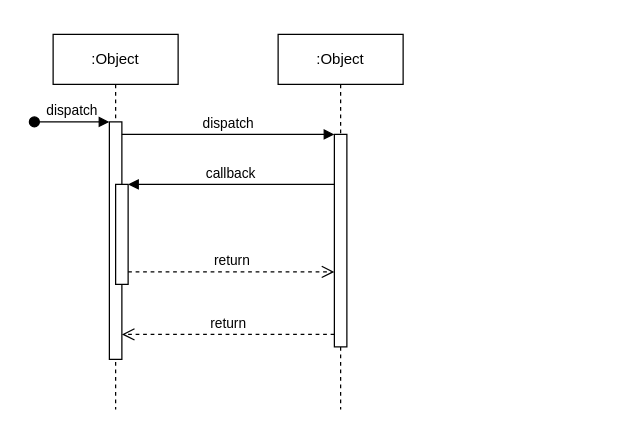
Mohammed-BJ/ProjetBackendDev keeps this draw.io diagram as diagramioFait/sequence_diagramConsultation.drawio. Above is the earlier version. Source tidied: cells renumbered, new cells numbered last; positions are measured from the earlier drawing's top-left corner, leaving out a move shared by most shapes. Both pictures are drawn from the tidied source at 125%, with x=0, y=0 at pixel (34, 34).
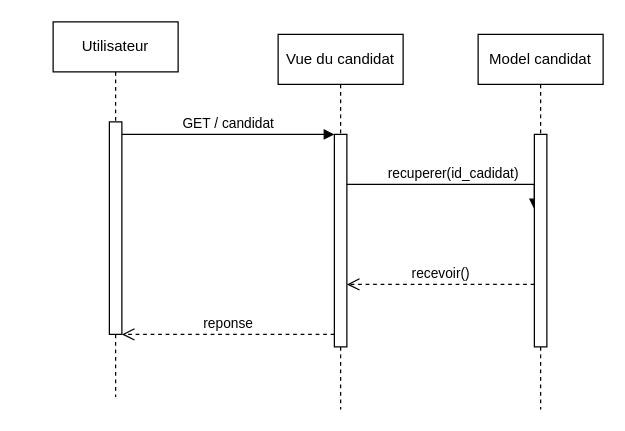
The same diagram, later.

Commit message:
Mettre à jour sequence_diagramConsultation.drawio

Diff of the diagram source:
```diff
@@
 <mxGraphModel>
   <root>
     <mxCell id="0" />
     <mxCell id="1" parent="0" />
-    <mxCell id="2" value=":Object" style="shape=umlLifeline;perimeter=lifelinePerimeter;whiteSpace=wrap;html=1;newEdgeStyle={&quot;edgeStyle&quot;:&quot;elbowEdgeStyle&quot;,&quot;elbow&quot;:&quot;vertical&quot;,&quot;curved&quot;:0,&quot;rounded&quot;:0};" parent="1" vertex="1">
-      <mxGeometry x="15" width="100" height="300" as="geometry" />
-    </mxCell>
-    <mxCell id="3" style="html=1;points=[];perimeter=orthogonalPerimeter;outlineConnect=0;targetShapes=umlLifeline;portConstraint=eastwest;newEdgeStyle={&quot;edgeStyle&quot;:&quot;elbowEdgeStyle&quot;,&quot;elbow&quot;:&quot;vertical&quot;,&quot;curved&quot;:0,&quot;rounded&quot;:0};" parent="2" vertex="1">
-      <mxGeometry x="45" y="70" width="10" height="190" as="geometry" />
-    </mxCell>
-    <mxCell id="4" value="dispatch" style="html=1;verticalAlign=bottom;startArrow=oval;endArrow=block;startSize=8;edgeStyle=elbowEdgeStyle;elbow=vertical;curved=0;rounded=0;" parent="2" edge="1" target="3">
-      <mxGeometry relative="1" as="geometry">
-        <mxPoint x="-15" y="70" as="sourcePoint" />
-      </mxGeometry>
-    </mxCell>
-    <mxCell id="5" style="html=1;points=[];perimeter=orthogonalPerimeter;outlineConnect=0;targetShapes=umlLifeline;portConstraint=eastwest;newEdgeStyle={&quot;edgeStyle&quot;:&quot;elbowEdgeStyle&quot;,&quot;elbow&quot;:&quot;vertical&quot;,&quot;curved&quot;:0,&quot;rounded&quot;:0};" parent="2" vertex="1">
-      <mxGeometry x="50" y="120" width="10" height="80" as="geometry" />
-    </mxCell>
-    <mxCell id="6" value=":Object" style="shape=umlLifeline;perimeter=lifelinePerimeter;whiteSpace=wrap;html=1;newEdgeStyle={&quot;edgeStyle&quot;:&quot;elbowEdgeStyle&quot;,&quot;elbow&quot;:&quot;vertical&quot;,&quot;curved&quot;:0,&quot;rounded&quot;:0};" parent="1" vertex="1">
+    <mxCell id="6" value="Vue du candidat" style="shape=umlLifeline;perimeter=lifelinePerimeter;whiteSpace=wrap;html=1;newEdgeStyle={&quot;edgeStyle&quot;:&quot;elbowEdgeStyle&quot;,&quot;elbow&quot;:&quot;vertical&quot;,&quot;curved&quot;:0,&quot;rounded&quot;:0};" parent="1" vertex="1">
       <mxGeometry x="195" width="100" height="300" as="geometry" />
     </mxCell>
     <mxCell id="7" style="html=1;points=[];perimeter=orthogonalPerimeter;outlineConnect=0;targetShapes=umlLifeline;portConstraint=eastwest;newEdgeStyle={&quot;edgeStyle&quot;:&quot;elbowEdgeStyle&quot;,&quot;elbow&quot;:&quot;vertical&quot;,&quot;curved&quot;:0,&quot;rounded&quot;:0};" parent="6" vertex="1">
       <mxGeometry x="45" y="80" width="10" height="170" as="geometry" />
     </mxCell>
-    <mxCell id="8" value="dispatch" style="html=1;verticalAlign=bottom;endArrow=block;edgeStyle=elbowEdgeStyle;elbow=vertical;curved=0;rounded=0;" parent="1" edge="1" source="3" target="7">
+    <mxCell id="8" value="GET / candidat" style="html=1;verticalAlign=bottom;endArrow=block;edgeStyle=elbowEdgeStyle;elbow=horizontal;curved=0;rounded=0;" parent="1" edge="1" target="7">
       <mxGeometry relative="1" as="geometry">
+        <mxPoint x="70" y="80" as="sourcePoint" />
         <Array as="points">
           <mxPoint x="155" y="80" />
         </Array>
       </mxGeometry>
     </mxCell>
-    <mxCell id="9" value="return" style="html=1;verticalAlign=bottom;endArrow=open;dashed=1;endSize=8;edgeStyle=elbowEdgeStyle;elbow=vertical;curved=0;rounded=0;" parent="1" edge="1" source="7" target="3">
+    <mxCell id="9" value="reponse" style="html=1;verticalAlign=bottom;endArrow=open;dashed=1;endSize=8;edgeStyle=elbowEdgeStyle;elbow=vertical;curved=0;rounded=0;" parent="1" edge="1" source="7">
       <mxGeometry relative="1" as="geometry">
+        <mxPoint x="70" y="240" as="targetPoint" />
         <Array as="points">
           <mxPoint x="165" y="240" />
         </Array>
       </mxGeometry>
     </mxCell>
-    <mxCell id="10" value="callback" style="html=1;verticalAlign=bottom;endArrow=block;edgeStyle=elbowEdgeStyle;elbow=vertical;curved=0;rounded=0;" parent="1" edge="1" source="7" target="5">
+    <mxCell id="10" value="recuperer(id_cadidat)" style="html=1;verticalAlign=bottom;endArrow=block;edgeStyle=elbowEdgeStyle;elbow=vertical;curved=0;rounded=0;" parent="1" edge="1" source="7">
       <mxGeometry relative="1" as="geometry">
+        <mxPoint x="400" y="140" as="targetPoint" />
         <Array as="points">
-          <mxPoint x="165" y="120" />
+          <mxPoint x="315" y="120" />
         </Array>
       </mxGeometry>
     </mxCell>
-    <mxCell id="11" value="return" style="html=1;verticalAlign=bottom;endArrow=open;dashed=1;endSize=8;edgeStyle=elbowEdgeStyle;elbow=vertical;curved=0;rounded=0;" parent="1" edge="1" source="5" target="7">
+    <mxCell id="11" value="recevoir()" style="html=1;verticalAlign=bottom;endArrow=open;dashed=1;endSize=8;edgeStyle=elbowEdgeStyle;elbow=horizontal;curved=0;rounded=0;" parent="1" edge="1" source="13" target="7">
       <mxGeometry relative="1" as="geometry">
         <Array as="points">
-          <mxPoint x="155" y="190" />
+          <mxPoint x="335" y="200" />
         </Array>
       </mxGeometry>
     </mxCell>
+    <mxCell id="12" value="Model candidat" style="shape=umlLifeline;perimeter=lifelinePerimeter;whiteSpace=wrap;html=1;newEdgeStyle={&quot;edgeStyle&quot;:&quot;elbowEdgeStyle&quot;,&quot;elbow&quot;:&quot;vertical&quot;,&quot;curved&quot;:0,&quot;rounded&quot;:0};" parent="1" vertex="1">
+      <mxGeometry x="355" width="100" height="300" as="geometry" />
+    </mxCell>
+    <mxCell id="13" style="html=1;points=[];perimeter=orthogonalPerimeter;outlineConnect=0;targetShapes=umlLifeline;portConstraint=eastwest;newEdgeStyle={&quot;edgeStyle&quot;:&quot;elbowEdgeStyle&quot;,&quot;elbow&quot;:&quot;vertical&quot;,&quot;curved&quot;:0,&quot;rounded&quot;:0};" parent="12" vertex="1">
+      <mxGeometry x="45" y="80" width="10" height="170" as="geometry" />
+    </mxCell>
+    <mxCell id="14" value="Utilisateur" style="shape=umlLifeline;perimeter=lifelinePerimeter;whiteSpace=wrap;html=1;newEdgeStyle={&quot;edgeStyle&quot;:&quot;elbowEdgeStyle&quot;,&quot;elbow&quot;:&quot;vertical&quot;,&quot;curved&quot;:0,&quot;rounded&quot;:0};" parent="1" vertex="1">
+      <mxGeometry x="15" y="-10" width="100" height="300" as="geometry" />
+    </mxCell>
+    <mxCell id="15" style="html=1;perimeter=orthogonalPerimeter;targetShapes=umlLifeline;newEdgeStyle={&quot;edgeStyle&quot;:&quot;elbowEdgeStyle&quot;,&quot;elbow&quot;:&quot;vertical&quot;,&quot;curved&quot;:0,&quot;rounded&quot;:0};" parent="14" vertex="1">
+      <mxGeometry x="45" y="80" width="10" height="170" as="geometry" />
+    </mxCell>
   </root>
 </mxGraphModel>
```
